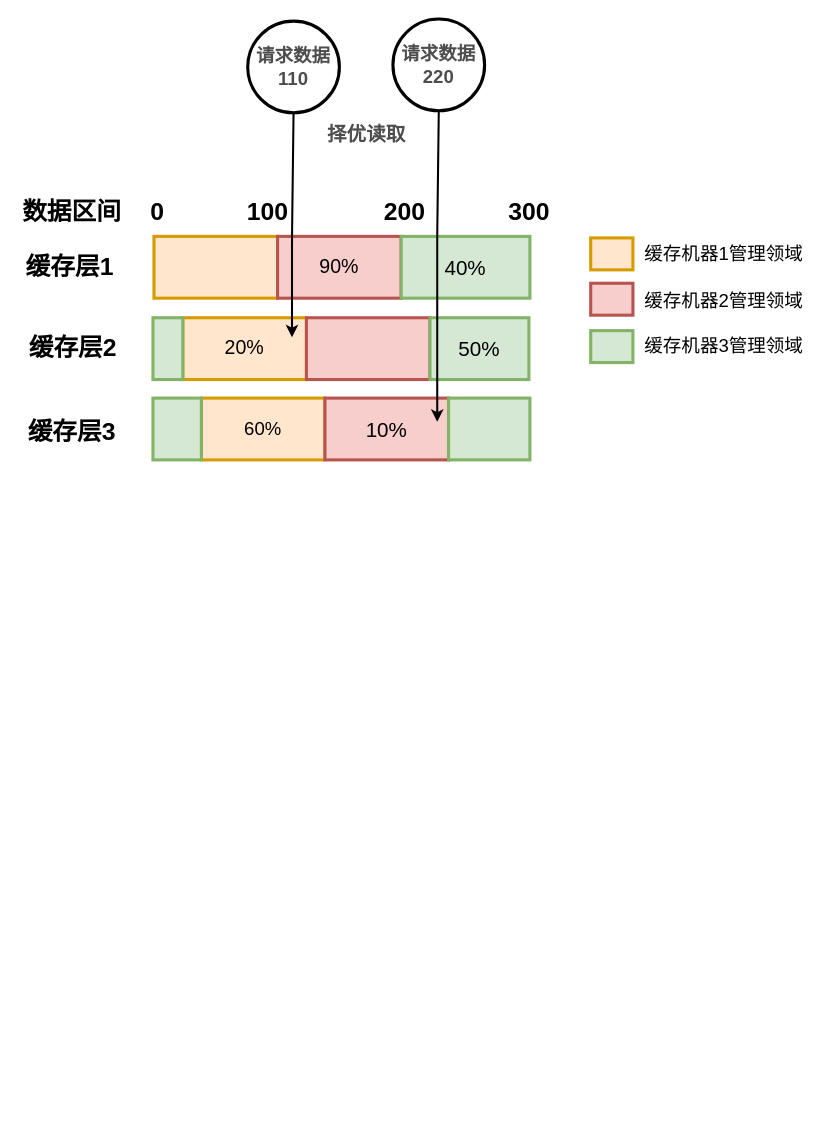
Earlier version of the draw.io diagram page "第 3 页" (3 of 4) of 未命名绘图.drawio (gettogetto/Flappybird). Source tidied: cells renumbered, new cells numbered last; positions are measured from the earlier drawing's top-left corner, leaving out a move shared by most shapes. Both pictures are drawn from the tidied source at 103%, with x=0, y=0 at pixel (18, 19).
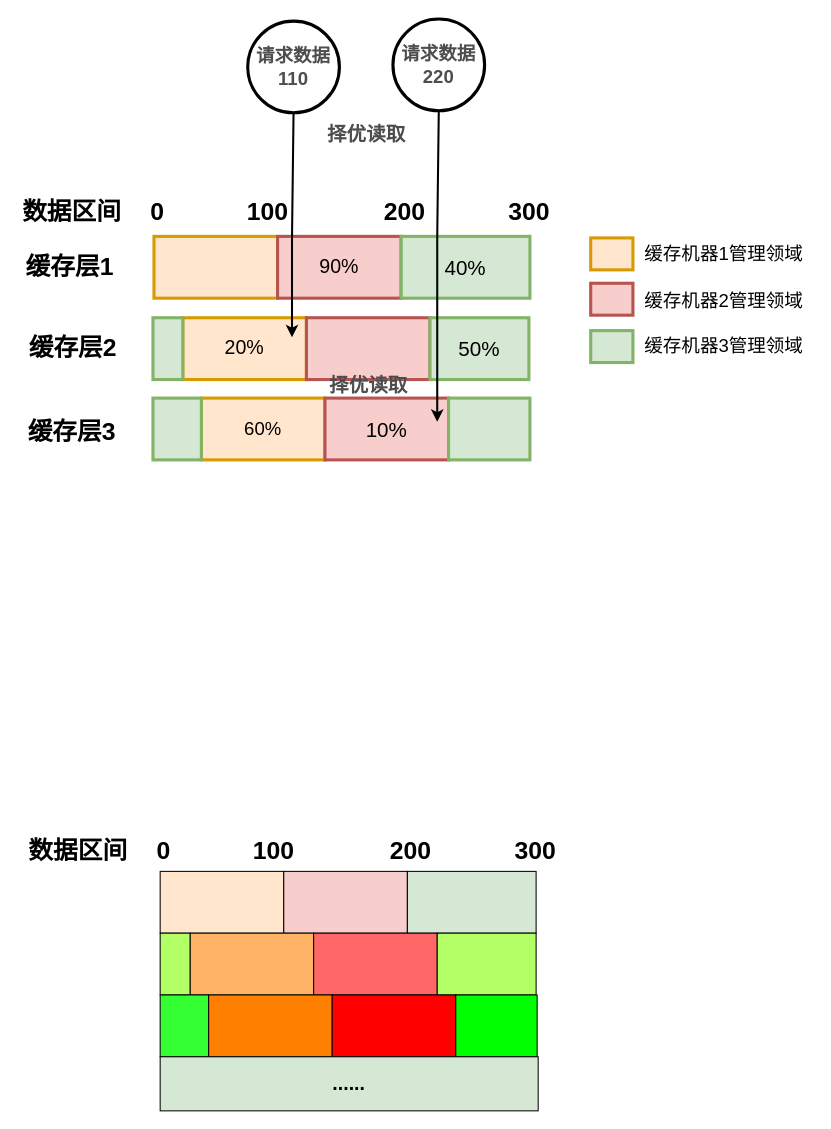
The same diagram, later.

What changed in the source:
```diff
@@
+    <mxCell id="32" style="rounded=0;whiteSpace=wrap;html=1;fillColor=#ffe6cc;strokeWidth=1;fontStyle=1;" parent="1" vertex="1">
+      <mxGeometry x="138" y="827.5" width="120" height="60" as="geometry" />
+    </mxCell>
+    <mxCell id="33" style="rounded=0;whiteSpace=wrap;html=1;fillColor=#f8cecc;strokeWidth=1;fontStyle=1;" parent="1" vertex="1">
+      <mxGeometry x="258" y="827.5" width="120" height="60" as="geometry" />
+    </mxCell>
+    <mxCell id="34" style="rounded=0;whiteSpace=wrap;html=1;fillColor=#d5e8d4;strokeWidth=1;fontStyle=1;" parent="1" vertex="1">
+      <mxGeometry x="378" y="827.5" width="125" height="60" as="geometry" />
+    </mxCell>
+    <mxCell id="35" style="rounded=0;whiteSpace=wrap;html=1;strokeWidth=1;fontStyle=1;fillColor=#FFB366;" parent="1" vertex="1">
+      <mxGeometry x="167" y="887.5" width="120" height="60" as="geometry" />
+    </mxCell>
+    <mxCell id="36" style="rounded=0;whiteSpace=wrap;html=1;strokeWidth=1;fontStyle=1;fillColor=#FF6666;" parent="1" vertex="1">
+      <mxGeometry x="287" y="887.5" width="120" height="60" as="geometry" />
+    </mxCell>
+    <mxCell id="37" style="rounded=0;whiteSpace=wrap;html=1;strokeWidth=1;fontStyle=1;fillColor=#B3FF66;" parent="1" vertex="1">
+      <mxGeometry x="407" y="887.5" width="96" height="60" as="geometry" />
+    </mxCell>
+    <mxCell id="38" style="rounded=0;whiteSpace=wrap;html=1;strokeWidth=1;fontStyle=1;fillColor=#B3FF66;" parent="1" vertex="1">
+      <mxGeometry x="138" y="887.5" width="29" height="60" as="geometry" />
+    </mxCell>
+    <mxCell id="39" style="rounded=0;whiteSpace=wrap;html=1;strokeWidth=1;fontSize=19;fontStyle=1;fillColor=#FF8000;" parent="1" vertex="1">
+      <mxGeometry x="185" y="947.5" width="120" height="60" as="geometry" />
+    </mxCell>
+    <mxCell id="40" style="rounded=0;whiteSpace=wrap;html=1;strokeWidth=1;fontSize=19;fontStyle=1;fillColor=#FF0000;" parent="1" vertex="1">
+      <mxGeometry x="305" y="947.5" width="120" height="60" as="geometry" />
+    </mxCell>
+    <mxCell id="41" style="rounded=0;whiteSpace=wrap;html=1;strokeWidth=1;fontSize=19;fontStyle=1;fillColor=#00FF00;" parent="1" vertex="1">
+      <mxGeometry x="425" y="947.5" width="79" height="60" as="geometry" />
+    </mxCell>
+    <mxCell id="42" style="rounded=0;whiteSpace=wrap;html=1;strokeWidth=1;fontSize=19;fontStyle=1;fillColor=#33FF33;" parent="1" vertex="1">
+      <mxGeometry x="138" y="947.5" width="47" height="60" as="geometry" />
+    </mxCell>
+    <mxCell id="43" value="&lt;font style=&quot;font-size: 19px&quot;&gt;......&lt;/font&gt;" style="rounded=0;whiteSpace=wrap;html=1;fillColor=#d5e8d4;strokeWidth=1;fontStyle=1;" parent="1" vertex="1">
+      <mxGeometry x="138" y="1007.5" width="367" height="52.5" as="geometry" />
+    </mxCell>
+    <mxCell id="44" value="择优读取" style="text;html=1;strokeColor=none;fillColor=none;align=center;verticalAlign=middle;whiteSpace=wrap;rounded=0;fontSize=19;fontColor=#4D4D4D;strokeWidth=2;fontStyle=1;" parent="1" vertex="1">
+      <mxGeometry x="299" y="346.5" width="83" height="20" as="geometry" />
+    </mxCell>
+    <mxCell id="45" value="0" style="text;strokeColor=none;fillColor=none;html=1;fontSize=24;fontStyle=1;verticalAlign=middle;align=center;" parent="1" vertex="1">
+      <mxGeometry x="91" y="787.5" width="100" height="40" as="geometry" />
+    </mxCell>
+    <mxCell id="46" value="100" style="text;strokeColor=none;fillColor=none;html=1;fontSize=24;fontStyle=1;verticalAlign=middle;align=center;" parent="1" vertex="1">
+      <mxGeometry x="198" y="787.5" width="100" height="40" as="geometry" />
+    </mxCell>
+    <mxCell id="47" value="200" style="text;strokeColor=none;fillColor=none;html=1;fontSize=24;fontStyle=1;verticalAlign=middle;align=center;" parent="1" vertex="1">
+      <mxGeometry x="331" y="787.5" width="100" height="40" as="geometry" />
+    </mxCell>
+    <mxCell id="48" value="300" style="text;strokeColor=none;fillColor=none;html=1;fontSize=24;fontStyle=1;verticalAlign=middle;align=center;" parent="1" vertex="1">
+      <mxGeometry x="452" y="787.5" width="100" height="40" as="geometry" />
+    </mxCell>
+    <mxCell id="49" value="数据区间" style="text;strokeColor=none;fillColor=none;html=1;fontSize=24;fontStyle=1;verticalAlign=middle;align=center;" parent="1" vertex="1">
+      <mxGeometry x="8" y="787.5" width="100" height="40" as="geometry" />
+    </mxCell>
```
